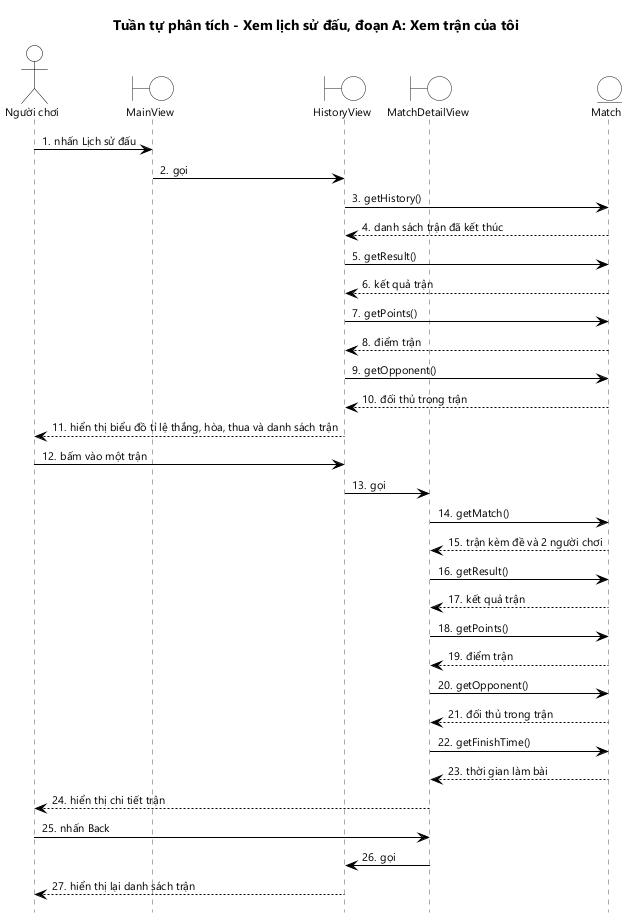
Earlier version of the PlantUML export docs/hung/tuan-tu-phan-tich-uc04a.png (HungNguyenBa1811/math-dash).
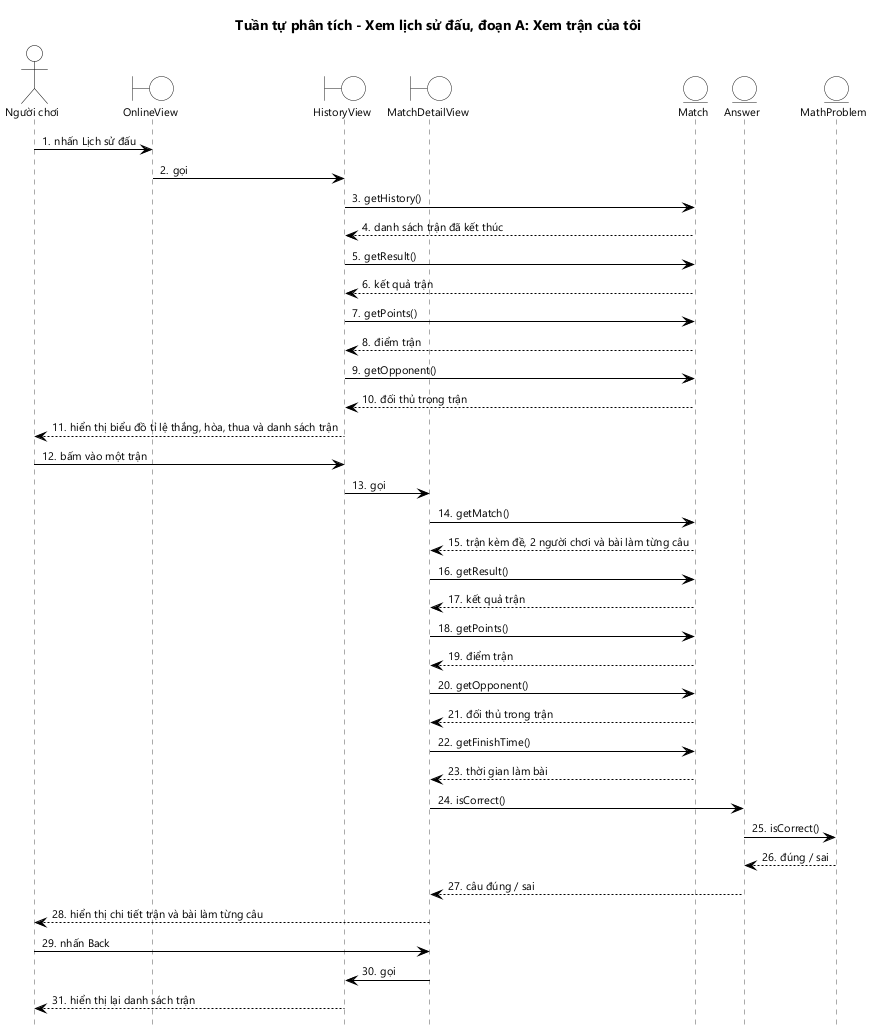
Later version of the same file.

Diff of the diagram source:
```diff
@@ -3,13 +3,15 @@
 title Tuần tự phân tích - Xem lịch sử đấu, đoạn A: Xem trận của tôi
 
 actor "Người chơi" as U
-boundary MainView as MV
+boundary OnlineView as OV
 boundary HistoryView as HV
 boundary MatchDetailView as DV
 entity Match as M
+entity Answer as A
+entity MathProblem as Q
 
-U -> MV : nhấn Lịch sử đấu
-MV -> HV : gọi
+U -> OV : nhấn Lịch sử đấu
+OV -> HV : gọi
 HV -> M : getHistory()
 M --> HV : danh sách trận đã kết thúc
 HV -> M : getResult()
@@ -22,7 +24,7 @@
 U -> HV : bấm vào một trận
 HV -> DV : gọi
 DV -> M : getMatch()
-M --> DV : trận kèm đề và 2 người chơi
+M --> DV : trận kèm đề, 2 người chơi và bài làm từng câu
 DV -> M : getResult()
 M --> DV : kết quả trận
 DV -> M : getPoints()
@@ -31,7 +33,11 @@
 M --> DV : đối thủ trong trận
 DV -> M : getFinishTime()
 M --> DV : thời gian làm bài
-DV --> U : hiển thị chi tiết trận
+DV -> A : isCorrect()
+A -> Q : isCorrect()
+Q --> A : đúng / sai
+A --> DV : câu đúng / sai
+DV --> U : hiển thị chi tiết trận và bài làm từng câu
 U -> DV : nhấn Back
 DV -> HV : gọi
 HV --> U : hiển thị lại danh sách trận
```
